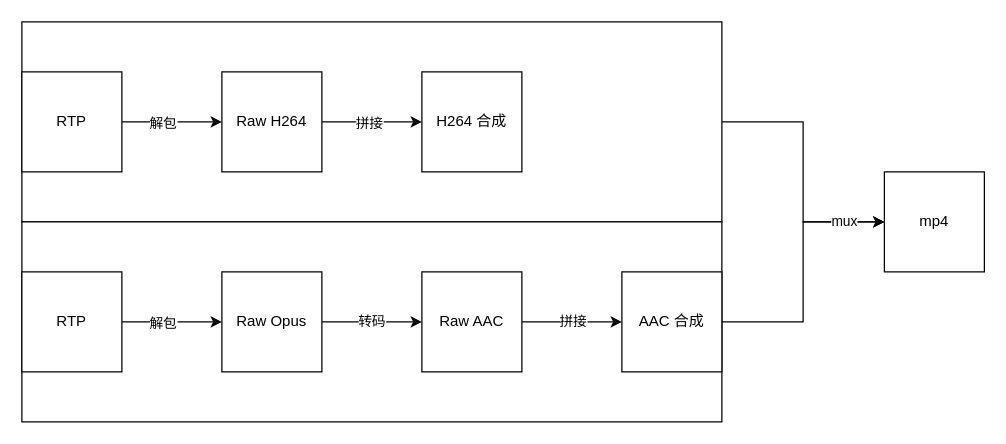
The draw.io diagram page "Page-20" (20 of 20) of Untitled Diagram2.drawio in craterone/imgs, before the edit. Source tidied: cells renumbered, new cells numbered last; positions are measured from the earlier drawing's top-left corner, leaving out a move shared by most shapes. Both pictures are drawn from the tidied source at 125%, with x=0, y=0 at pixel (21, 21).
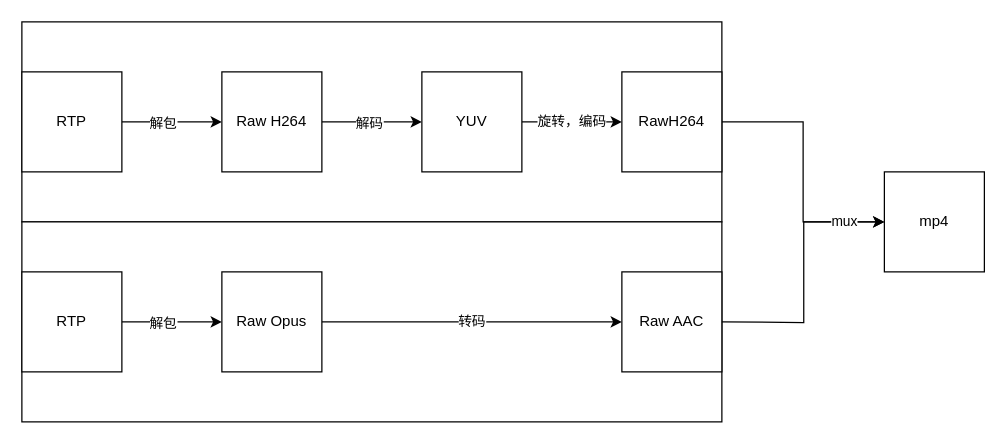
The same page after the edit.

The change refers to these unchanged cells:
```xml
<mxCell id="7" style="edgeStyle=orthogonalEdgeStyle;rounded=0;jettySize=auto;html=1;strokeWidth=1;" parent="1" edge="1" source="9" target="19">
  <mxGeometry relative="1" as="geometry" />
</mxCell>
<mxCell id="23" value="mp4" style="whiteSpace=wrap;html=1;" parent="1" vertex="1">
  <mxGeometry x="690" y="120" width="80" height="80" as="geometry" />
</mxCell>
```

Change to the diagram source:
```diff
@@
-    <mxCell id="8" value="拼接" style="edgeLabel;html=1;align=center;verticalAlign=middle;" parent="7" vertex="1">
+    <mxCell id="8" value="解码" style="edgeLabel;html=1;align=center;verticalAlign=middle;" parent="7" vertex="1">
       <mxGeometry x="-0.07" relative="1" as="geometry" />
     </mxCell>
@@
-    <mxCell id="16" style="edgeStyle=orthogonalEdgeStyle;rounded=0;jettySize=auto;html=1;exitX=1;exitY=0.5;exitDx=0;exitDy=0;entryX=0;entryY=0.5;entryDx=0;entryDy=0;strokeWidth=1;" parent="1" edge="1" source="18" target="22">
-      <mxGeometry relative="1" as="geometry" />
-    </mxCell>
-    <mxCell id="17" value="拼接" style="edgeLabel;html=1;align=center;verticalAlign=middle;" parent="16" vertex="1">
-      <mxGeometry y="1" relative="1" as="geometry" />
-    </mxCell>
     <mxCell id="18" value="Raw AAC" style="rounded=0;whiteSpace=wrap;html=1;" parent="1" vertex="1">
-      <mxGeometry x="320" y="200" width="80" height="80" as="geometry" />
+      <mxGeometry x="480" y="200" width="80" height="80" as="geometry" />
     </mxCell>
+    <mxCell id="24" value="旋转，编码" style="edgeStyle=orthogonalEdgeStyle;rounded=0;jettySize=auto;html=1;" parent="1" edge="1" source="19" target="25">
+      <mxGeometry relative="1" as="geometry" />
+    </mxCell>
-    <mxCell id="19" value="H264 合成" style="rounded=0;whiteSpace=wrap;html=1;" parent="1" vertex="1">
+    <mxCell id="19" value="YUV" style="rounded=0;whiteSpace=wrap;html=1;" parent="1" vertex="1">
       <mxGeometry x="320" y="40" width="80" height="80" as="geometry" />
     </mxCell>
-    <mxCell id="20" style="edgeStyle=orthogonalEdgeStyle;rounded=0;jettySize=auto;html=1;exitX=1;exitY=0.5;exitDx=0;exitDy=0;strokeWidth=1;entryX=0;entryY=0.5;entryDx=0;entryDy=0;" parent="1" edge="1" source="22" target="23">
-      <mxGeometry relative="1" as="geometry" />
+    <mxCell id="20" style="edgeStyle=orthogonalEdgeStyle;rounded=0;jettySize=auto;html=1;exitX=1;exitY=0.5;exitDx=0;exitDy=0;strokeWidth=1;entryX=0;entryY=0.5;entryDx=0;entryDy=0;" parent="1" edge="1" target="23">
+      <mxGeometry relative="1" as="geometry">
+        <mxPoint x="560" y="240" as="sourcePoint" />
+      </mxGeometry>
     </mxCell>
@@
-    <mxCell id="22" value="AAC 合成" style="rounded=0;whiteSpace=wrap;html=1;" parent="1" vertex="1">
-      <mxGeometry x="480" y="200" width="80" height="80" as="geometry" />
-    </mxCell>
@@
+    <mxCell id="25" value="RawH264" style="rounded=0;whiteSpace=wrap;html=1;" parent="1" vertex="1">
+      <mxGeometry x="480" y="40" width="80" height="80" as="geometry" />
+    </mxCell>
```
